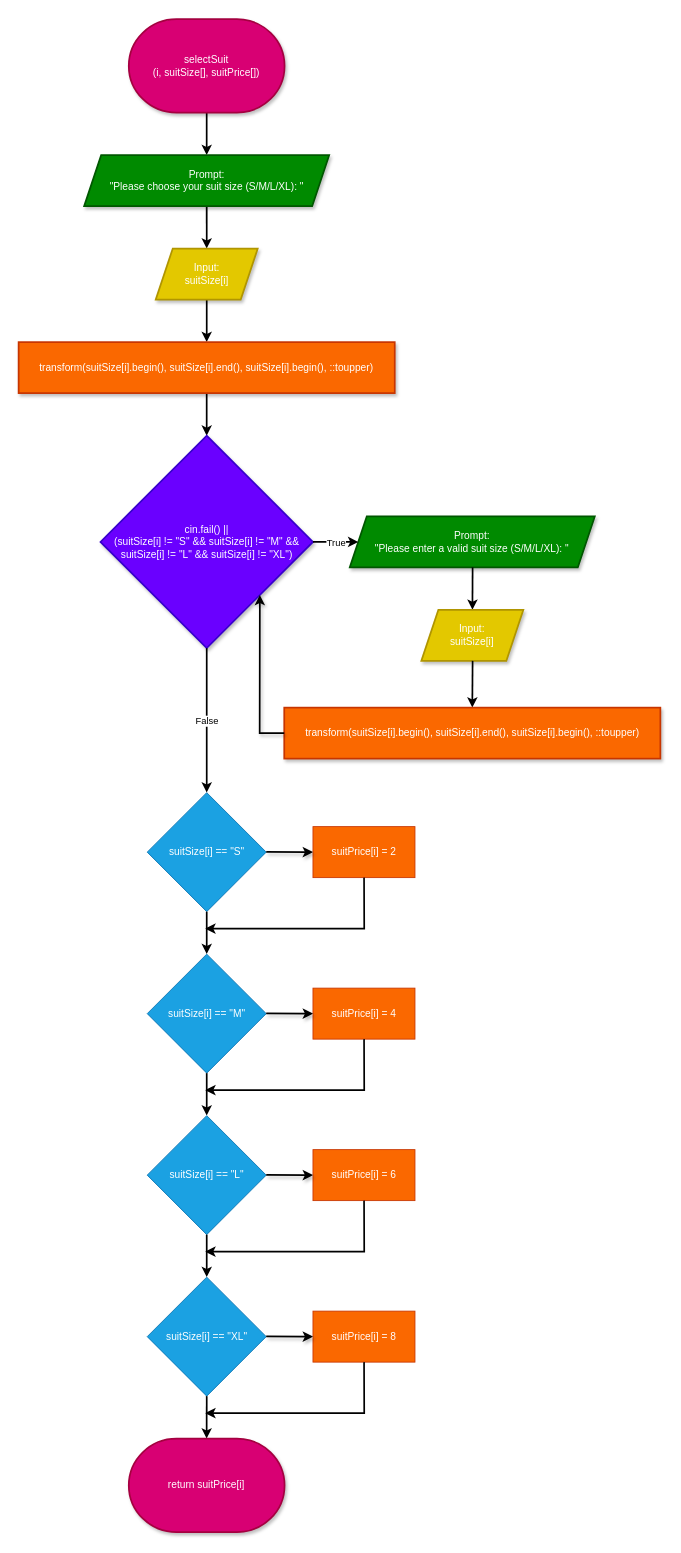
shahxvi/csc126-group-project keeps this draw.io diagram as Flowcharts (draw.io)/18. selectSuit.drawio. Above is the earlier version. Source tidied: cells renumbered, new cells numbered last; positions are measured from the earlier drawing's top-left corner, leaving out a move shared by most shapes. Both pictures are drawn from the tidied source at 85%, with x=0, y=0 at pixel (18, 19).
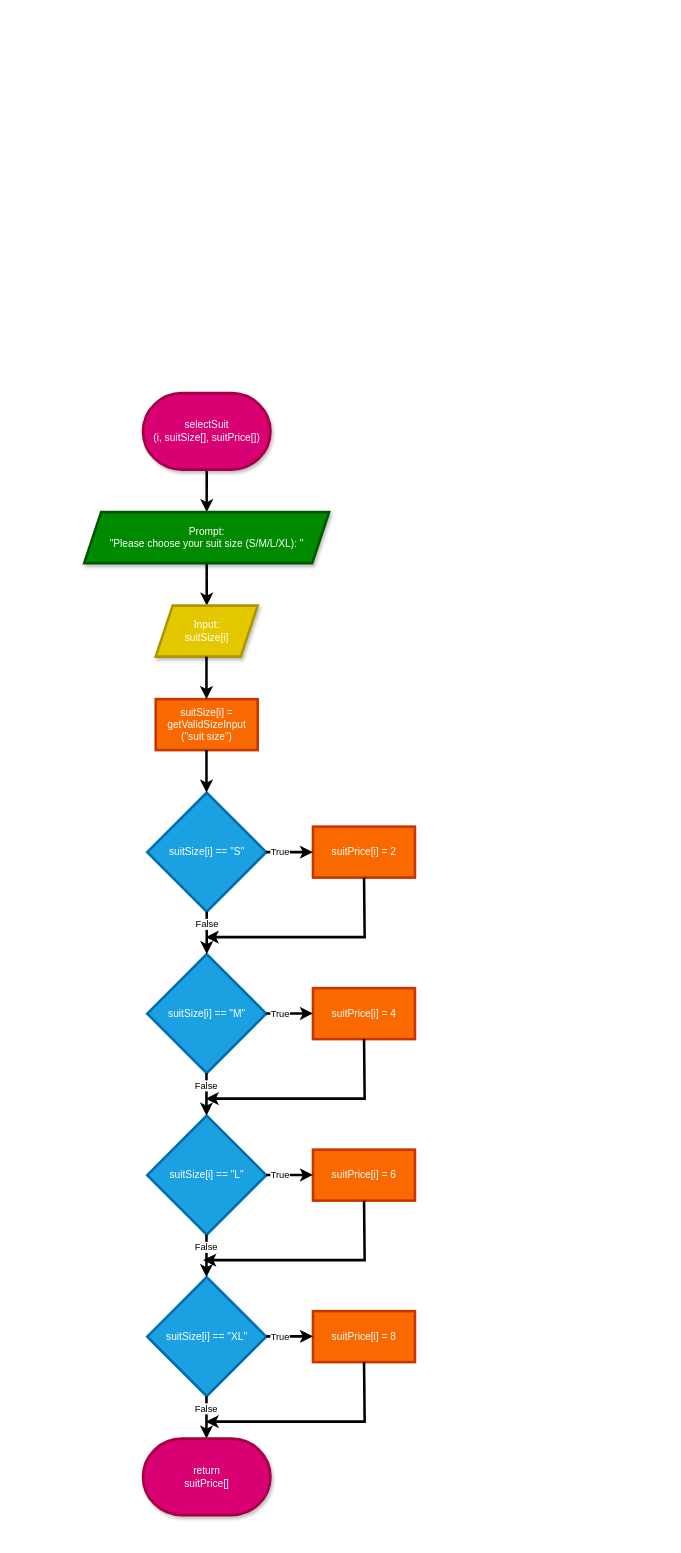
Above is the later version.

Diff of the diagram source:
```diff
@@
-    <mxCell id="2" style="edgeStyle=none;html=1;strokeWidth=2;" parent="1" edge="1" source="3" target="5">
+    <mxCell id="2" style="edgeStyle=none;html=1;strokeWidth=3;" parent="1" edge="1" source="3" target="5">
       <mxGeometry relative="1" as="geometry" />
     </mxCell>
-    <mxCell id="3" value="selectSuit&lt;br&gt;(i, suitSize[], suitPrice[])" style="strokeWidth=2;html=1;shape=mxgraph.flowchart.terminator;whiteSpace=wrap;fillColor=#d80073;strokeColor=#A50040;shadow=1;fontColor=#ffffff;" parent="1" vertex="1">
-      <mxGeometry x="130" width="183.3" height="110" as="geometry" />
+    <mxCell id="3" value="selectSuit&lt;br&gt;(i, suitSize[], suitPrice[])" style="strokeWidth=3;html=1;shape=mxgraph.flowchart.terminator;whiteSpace=wrap;fillColor=#d80073;strokeColor=#A50040;shadow=1;fontColor=#ffffff;" parent="1" vertex="1">
+      <mxGeometry x="146.7" y="440" width="150" height="90" as="geometry" />
     </mxCell>
-    <mxCell id="4" style="edgeStyle=none;html=1;strokeWidth=2;" parent="1" edge="1" source="5" target="7">
+    <mxCell id="4" style="edgeStyle=none;html=1;strokeWidth=3;" parent="1" edge="1" source="5" target="7">
       <mxGeometry relative="1" as="geometry" />
     </mxCell>
-    <mxCell id="5" value="&lt;span style=&quot;color: rgb(255, 255, 255);&quot;&gt;Prompt:&lt;/span&gt;&lt;br&gt;&lt;span style=&quot;color: rgb(255, 255, 255);&quot;&gt;&quot;Please choose your suit size (S/M/L/XL): &quot;&lt;/span&gt;" style="shape=parallelogram;perimeter=parallelogramPerimeter;whiteSpace=wrap;html=1;fixedSize=1;fillColor=#008a00;strokeColor=#005700;fontColor=#ffffff;strokeWidth=2;shadow=1;" parent="1" vertex="1">
-      <mxGeometry x="77.5" y="160" width="288.3" height="60" as="geometry" />
+    <mxCell id="5" value="&lt;span style=&quot;color: rgb(255, 255, 255);&quot;&gt;Prompt:&lt;/span&gt;&lt;br&gt;&lt;span style=&quot;color: rgb(255, 255, 255);&quot;&gt;&quot;Please choose your suit size (S/M/L/XL): &quot;&lt;/span&gt;" style="shape=parallelogram;perimeter=parallelogramPerimeter;whiteSpace=wrap;html=1;fixedSize=1;fillColor=#008a00;strokeColor=#005700;fontColor=#ffffff;strokeWidth=3;shadow=1;" parent="1" vertex="1">
+      <mxGeometry x="77.5" y="580" width="288.3" height="60" as="geometry" />
     </mxCell>
-    <mxCell id="6" style="edgeStyle=none;html=1;strokeWidth=2;" parent="1" edge="1" source="7" target="9">
-      <mxGeometry relative="1" as="geometry" />
-    </mxCell>
-    <mxCell id="7" value="Input:&lt;br&gt;suitSize[i]" style="shape=parallelogram;perimeter=parallelogramPerimeter;whiteSpace=wrap;html=1;fixedSize=1;fillColor=#e3c800;strokeColor=#B09500;fontColor=#FFFFFF;strokeWidth=2;shadow=1;labelBackgroundColor=none;labelBorderColor=none;textShadow=0;" parent="1" vertex="1">
-      <mxGeometry x="161.7" y="270" width="120" height="60" as="geometry" />
+    <mxCell id="7" value="Input:&lt;br&gt;suitSize[i]" style="shape=parallelogram;perimeter=parallelogramPerimeter;whiteSpace=wrap;html=1;fixedSize=1;fillColor=#e3c800;strokeColor=#B09500;fontColor=#FFFFFF;strokeWidth=3;shadow=1;labelBackgroundColor=none;labelBorderColor=none;textShadow=0;" parent="1" vertex="1">
+      <mxGeometry x="161.7" y="690" width="120" height="60" as="geometry" />
     </mxCell>
-    <mxCell id="8" style="edgeStyle=none;html=1;strokeWidth=2;" parent="1" edge="1" source="9" target="10">
-      <mxGeometry relative="1" as="geometry" />
-    </mxCell>
-    <mxCell id="9" value="&lt;div style=&quot;text-align: start;&quot;&gt;&lt;font style=&quot;color: rgb(255, 255, 255);&quot;&gt;&lt;font style=&quot;&quot; face=&quot;monospace&quot;&gt;&lt;span style=&quot;font-size: 0px; white-space-collapse: collapse;&quot;&gt;&lt;span style=&quot;white-space: pre;&quot;&gt;&#9;&lt;/span&gt;std::transform(suitSize[i].begin(), suitSize[i].end(), suitSize[i].begin(), ::toupper)&lt;/span&gt;&lt;/font&gt;transform(suitSize[i].begin(), suitSize[i].end(), suitSize[i].begin(), ::toupper)&lt;/font&gt;&lt;/div&gt;" style="whiteSpace=wrap;html=1;fillColor=#fa6800;strokeColor=#C73500;fontColor=#000000;strokeWidth=2;shadow=1;labelBackgroundColor=none;labelBorderColor=none;" parent="1" vertex="1">
-      <mxGeometry x="0.4" y="380" width="442.5" height="60" as="geometry" />
-    </mxCell>
-    <mxCell id="10" value="&lt;span style=&quot;color: rgb(255, 255, 255);&quot;&gt;cin.fail() ||&lt;/span&gt;&lt;br&gt;&lt;span style=&quot;color: rgb(255, 255, 255);&quot;&gt;(suitSize[i] != &quot;S&quot; &amp;amp;&amp;amp; suitSize[i] != &quot;M&quot; &amp;amp;&amp;amp; suitSize[i] != &quot;L&quot; &amp;amp;&amp;amp; suitSize[i] != &quot;XL&quot;)&lt;/span&gt;" style="rhombus;whiteSpace=wrap;html=1;fillColor=#6a00ff;strokeColor=#3700CC;fontColor=#ffffff;strokeWidth=2;shadow=1;labelBackgroundColor=none;labelBorderColor=none;" parent="1" vertex="1">
-      <mxGeometry x="96.7" y="490" width="250" height="250" as="geometry" />
-    </mxCell>
-    <mxCell id="11" value="&lt;span style=&quot;color: rgb(255, 255, 255);&quot;&gt;Prompt:&lt;/span&gt;&lt;br&gt;&lt;span style=&quot;color: rgb(255, 255, 255);&quot;&gt;&quot;Please enter a valid suit size (S/M/L/XL): &quot;&lt;/span&gt;" style="shape=parallelogram;perimeter=parallelogramPerimeter;whiteSpace=wrap;html=1;fixedSize=1;fillColor=#008a00;strokeColor=#005700;fontColor=#ffffff;strokeWidth=2;shadow=1;" parent="1" vertex="1">
-      <mxGeometry x="390" y="585" width="288.3" height="60" as="geometry" />
-    </mxCell>
-    <mxCell id="12" style="edgeStyle=none;html=1;strokeWidth=2;" parent="1" edge="1" target="13">
-      <mxGeometry relative="1" as="geometry">
-        <mxPoint x="534.5" y="645" as="sourcePoint" />
-      </mxGeometry>
-    </mxCell>
-    <mxCell id="13" value="Input:&lt;br&gt;suitSize[i]" style="shape=parallelogram;perimeter=parallelogramPerimeter;whiteSpace=wrap;html=1;fixedSize=1;fillColor=#e3c800;strokeColor=#B09500;fontColor=#FFFFFF;strokeWidth=2;shadow=1;labelBackgroundColor=none;labelBorderColor=none;textShadow=0;" parent="1" vertex="1">
-      <mxGeometry x="474.2" y="695" width="120" height="60" as="geometry" />
-    </mxCell>
-    <mxCell id="14" style="edgeStyle=none;html=1;strokeWidth=2;entryX=0.5;entryY=0;entryDx=0;entryDy=0;" parent="1" edge="1" target="15">
-      <mxGeometry relative="1" as="geometry">
-        <mxPoint x="534.5" y="755" as="sourcePoint" />
-      </mxGeometry>
-    </mxCell>
-    <mxCell id="15" value="&lt;div style=&quot;text-align: start;&quot;&gt;&lt;font style=&quot;color: rgb(255, 255, 255);&quot;&gt;&lt;font style=&quot;&quot; face=&quot;monospace&quot;&gt;&lt;span style=&quot;font-size: 0px; white-space-collapse: collapse;&quot;&gt;&lt;span style=&quot;white-space: pre;&quot;&gt;&#9;&lt;/span&gt;std::transform(suitSize[i].begin(), suitSize[i].end(), suitSize[i].begin(), ::toupper)&lt;/span&gt;&lt;/font&gt;transform(suitSize[i].begin(), suitSize[i].end(), suitSize[i].begin(), ::toupper)&lt;/font&gt;&lt;/div&gt;" style="whiteSpace=wrap;html=1;fillColor=#fa6800;strokeColor=#C73500;fontColor=#000000;strokeWidth=2;shadow=1;labelBackgroundColor=none;labelBorderColor=none;" parent="1" vertex="1">
-      <mxGeometry x="312.9" y="810" width="442.5" height="60" as="geometry" />
-    </mxCell>
-    <mxCell id="16" value="suitSize[i] == &quot;S&quot;" style="rhombus;whiteSpace=wrap;html=1;fillColor=#1ba1e2;fontColor=#ffffff;strokeColor=#006EAF;" parent="1" vertex="1">
+    <mxCell id="16" value="suitSize[i] == &quot;S&quot;" style="rhombus;whiteSpace=wrap;html=1;fillColor=#1ba1e2;fontColor=#ffffff;strokeColor=#006EAF;strokeWidth=3;" parent="1" vertex="1">
       <mxGeometry x="151.7" y="910" width="140" height="140" as="geometry" />
     </mxCell>
-    <mxCell id="17" style="edgeStyle=none;html=1;strokeWidth=2;shadow=1;entryX=1;entryY=1;entryDx=0;entryDy=0;exitX=0;exitY=0.5;exitDx=0;exitDy=0;rounded=0;curved=0;" parent="1" edge="1" source="15" target="10">
-      <mxGeometry relative="1" as="geometry">
-        <Array as="points">
-          <mxPoint x="284" y="840" />
-        </Array>
-      </mxGeometry>
-    </mxCell>
-    <mxCell id="18" value="suitPrice[i] = 2" style="whiteSpace=wrap;html=1;fillColor=#fa6800;strokeColor=#C73500;fontColor=#FFFFFF;" parent="1" vertex="1">
+    <mxCell id="18" value="suitPrice[i] = 2" style="whiteSpace=wrap;html=1;fillColor=#fa6800;strokeColor=#C73500;fontColor=#FFFFFF;strokeWidth=3;" parent="1" vertex="1">
       <mxGeometry x="346.7" y="950" width="120" height="60" as="geometry" />
     </mxCell>
-    <mxCell id="19" style="edgeStyle=none;html=1;strokeWidth=2;shadow=1;entryX=0;entryY=0.5;entryDx=0;entryDy=0;" parent="1" edge="1" target="18">
-      <mxGeometry relative="1" as="geometry">
-        <mxPoint x="291.7" y="979.8" as="sourcePoint" />
-      </mxGeometry>
-    </mxCell>
-    <mxCell id="20" style="edgeStyle=none;html=1;strokeWidth=2;exitX=0.5;exitY=1;exitDx=0;exitDy=0;entryX=0.5;entryY=0;entryDx=0;entryDy=0;" parent="1" edge="1" source="16" target="22">
-      <mxGeometry relative="1" as="geometry" />
-    </mxCell>
-    <mxCell id="21" style="edgeStyle=none;html=1;strokeWidth=2;exitX=0.5;exitY=1;exitDx=0;exitDy=0;rounded=0;curved=0;" parent="1" edge="1">
+    <mxCell id="21" style="edgeStyle=none;html=1;strokeWidth=3;exitX=0.5;exitY=1;exitDx=0;exitDy=0;rounded=0;curved=0;" parent="1" edge="1">
       <mxGeometry relative="1" as="geometry">
         <mxPoint x="406.8" y="1010" as="sourcePoint" />
-        <mxPoint x="220" y="1070" as="targetPoint" />
+        <mxPoint x="220.5" y="1080" as="targetPoint" />
         <Array as="points">
-          <mxPoint x="407" y="1070" />
+          <mxPoint x="407.5" y="1080" />
         </Array>
       </mxGeometry>
     </mxCell>
-    <mxCell id="22" value="suitSize[i] == &quot;M&quot;" style="rhombus;whiteSpace=wrap;html=1;fillColor=#1ba1e2;fontColor=#ffffff;strokeColor=#006EAF;" parent="1" vertex="1">
+    <mxCell id="22" value="suitSize[i] == &quot;M&quot;" style="rhombus;whiteSpace=wrap;html=1;fillColor=#1ba1e2;fontColor=#ffffff;strokeColor=#006EAF;strokeWidth=3;" parent="1" vertex="1">
       <mxGeometry x="151.7" y="1100" width="140" height="140" as="geometry" />
     </mxCell>
-    <mxCell id="23" value="suitPrice[i] = 4" style="whiteSpace=wrap;html=1;fillColor=#fa6800;strokeColor=#C73500;fontColor=#FFFFFF;" parent="1" vertex="1">
+    <mxCell id="23" value="suitPrice[i] = 4" style="whiteSpace=wrap;html=1;fillColor=#fa6800;strokeColor=#C73500;fontColor=#FFFFFF;strokeWidth=3;" parent="1" vertex="1">
       <mxGeometry x="346.7" y="1140" width="120" height="60" as="geometry" />
     </mxCell>
-    <mxCell id="24" style="edgeStyle=none;html=1;strokeWidth=2;shadow=1;entryX=0;entryY=0.5;entryDx=0;entryDy=0;" parent="1" edge="1" target="23">
-      <mxGeometry relative="1" as="geometry">
-        <mxPoint x="291.7" y="1169.8" as="sourcePoint" />
-      </mxGeometry>
-    </mxCell>
-    <mxCell id="25" style="edgeStyle=none;html=1;strokeWidth=2;exitX=0.5;exitY=1;exitDx=0;exitDy=0;entryX=0.5;entryY=0;entryDx=0;entryDy=0;" parent="1" edge="1" source="22" target="27">
-      <mxGeometry relative="1" as="geometry" />
-    </mxCell>
-    <mxCell id="26" style="edgeStyle=none;html=1;strokeWidth=2;exitX=0.5;exitY=1;exitDx=0;exitDy=0;rounded=0;curved=0;" parent="1" edge="1">
+    <mxCell id="26" style="edgeStyle=none;html=1;strokeWidth=3;exitX=0.5;exitY=1;exitDx=0;exitDy=0;rounded=0;curved=0;" parent="1" edge="1">
       <mxGeometry relative="1" as="geometry">
         <mxPoint x="406.8" y="1200" as="sourcePoint" />
-        <mxPoint x="220" y="1260" as="targetPoint" />
+        <mxPoint x="220.5" y="1270" as="targetPoint" />
         <Array as="points">
-          <mxPoint x="407" y="1260" />
+          <mxPoint x="407.5" y="1270" />
         </Array>
       </mxGeometry>
     </mxCell>
-    <mxCell id="27" value="suitSize[i] == &quot;L&quot;" style="rhombus;whiteSpace=wrap;html=1;fillColor=#1ba1e2;fontColor=#ffffff;strokeColor=#006EAF;" parent="1" vertex="1">
+    <mxCell id="27" value="suitSize[i] == &quot;L&quot;" style="rhombus;whiteSpace=wrap;html=1;fillColor=#1ba1e2;fontColor=#ffffff;strokeColor=#006EAF;strokeWidth=3;" parent="1" vertex="1">
       <mxGeometry x="151.7" y="1290" width="140" height="140" as="geometry" />
     </mxCell>
-    <mxCell id="28" value="suitPrice[i] = 6" style="whiteSpace=wrap;html=1;fillColor=#fa6800;strokeColor=#C73500;fontColor=#FFFFFF;" parent="1" vertex="1">
+    <mxCell id="28" value="suitPrice[i] = 6" style="whiteSpace=wrap;html=1;fillColor=#fa6800;strokeColor=#C73500;fontColor=#FFFFFF;strokeWidth=3;" parent="1" vertex="1">
       <mxGeometry x="346.7" y="1330" width="120" height="60" as="geometry" />
     </mxCell>
-    <mxCell id="29" style="edgeStyle=none;html=1;strokeWidth=2;shadow=1;entryX=0;entryY=0.5;entryDx=0;entryDy=0;" parent="1" edge="1" target="28">
-      <mxGeometry relative="1" as="geometry">
-        <mxPoint x="291.7" y="1359.8" as="sourcePoint" />
-      </mxGeometry>
-    </mxCell>
-    <mxCell id="30" style="edgeStyle=none;html=1;strokeWidth=2;exitX=0.5;exitY=1;exitDx=0;exitDy=0;entryX=0.5;entryY=0;entryDx=0;entryDy=0;" parent="1" edge="1" source="27" target="32">
-      <mxGeometry relative="1" as="geometry" />
-    </mxCell>
-    <mxCell id="31" style="edgeStyle=none;html=1;strokeWidth=2;exitX=0.5;exitY=1;exitDx=0;exitDy=0;rounded=0;curved=0;" parent="1" edge="1">
+    <mxCell id="31" style="edgeStyle=none;html=1;strokeWidth=3;exitX=0.5;exitY=1;exitDx=0;exitDy=0;rounded=0;curved=0;" parent="1" edge="1">
       <mxGeometry relative="1" as="geometry">
         <mxPoint x="406.8" y="1390" as="sourcePoint" />
-        <mxPoint x="220" y="1450" as="targetPoint" />
+        <mxPoint x="217.5" y="1460" as="targetPoint" />
         <Array as="points">
-          <mxPoint x="407" y="1450" />
+          <mxPoint x="407.5" y="1460" />
         </Array>
       </mxGeometry>
     </mxCell>
-    <mxCell id="32" value="suitSize[i] == &quot;XL&quot;" style="rhombus;whiteSpace=wrap;html=1;fillColor=#1ba1e2;fontColor=#ffffff;strokeColor=#006EAF;" parent="1" vertex="1">
+    <mxCell id="32" value="suitSize[i] == &quot;XL&quot;" style="rhombus;whiteSpace=wrap;html=1;fillColor=#1ba1e2;fontColor=#ffffff;strokeColor=#006EAF;strokeWidth=3;" parent="1" vertex="1">
       <mxGeometry x="151.7" y="1480" width="140" height="140" as="geometry" />
     </mxCell>
-    <mxCell id="33" value="suitPrice[i] = 8" style="whiteSpace=wrap;html=1;fillColor=#fa6800;strokeColor=#C73500;fontColor=#FFFFFF;" parent="1" vertex="1">
+    <mxCell id="33" value="suitPrice[i] = 8" style="whiteSpace=wrap;html=1;fillColor=#fa6800;strokeColor=#C73500;fontColor=#FFFFFF;strokeWidth=3;" parent="1" vertex="1">
       <mxGeometry x="346.7" y="1520" width="120" height="60" as="geometry" />
     </mxCell>
-    <mxCell id="34" style="edgeStyle=none;html=1;strokeWidth=2;shadow=1;entryX=0;entryY=0.5;entryDx=0;entryDy=0;" parent="1" edge="1" target="33">
-      <mxGeometry relative="1" as="geometry">
-        <mxPoint x="291.7" y="1549.8" as="sourcePoint" />
-      </mxGeometry>
-    </mxCell>
-    <mxCell id="35" style="edgeStyle=none;html=1;strokeWidth=2;exitX=0.5;exitY=1;exitDx=0;exitDy=0;" parent="1" edge="1" source="32">
-      <mxGeometry relative="1" as="geometry">
-        <mxPoint x="221.6" y="1670" as="targetPoint" />
-      </mxGeometry>
-    </mxCell>
-    <mxCell id="36" style="edgeStyle=none;html=1;strokeWidth=2;exitX=0.5;exitY=1;exitDx=0;exitDy=0;rounded=0;curved=0;" parent="1" edge="1">
+    <mxCell id="36" style="edgeStyle=none;html=1;strokeWidth=3;exitX=0.5;exitY=1;exitDx=0;exitDy=0;rounded=0;curved=0;" parent="1" edge="1">
       <mxGeometry relative="1" as="geometry">
         <mxPoint x="406.8" y="1580" as="sourcePoint" />
-        <mxPoint x="220" y="1640" as="targetPoint" />
+        <mxPoint x="220.5" y="1650" as="targetPoint" />
         <Array as="points">
-          <mxPoint x="407" y="1640" />
+          <mxPoint x="407.5" y="1650" />
         </Array>
       </mxGeometry>
     </mxCell>
-    <mxCell id="37" value="return suitPrice[i]" style="strokeWidth=2;html=1;shape=mxgraph.flowchart.terminator;whiteSpace=wrap;fillColor=#d80073;strokeColor=#A50040;shadow=1;fontColor=#ffffff;" parent="1" vertex="1">
-      <mxGeometry x="130" y="1670" width="183.3" height="110" as="geometry" />
-    </mxCell>
-    <mxCell id="38" style="endArrow=classic;html=1;exitX=1;exitY=0.5;exitDx=0;exitDy=0;entryX=0;entryY=0.5;entryDx=0;entryDy=0;strokeWidth=2;" parent="1" edge="1" source="10" target="11">
-      <mxGeometry relative="1" as="geometry" />
-    </mxCell>
-    <mxCell id="39" value="True" style="edgeLabel;html=1;align=center;verticalAlign=middle;" parent="38" vertex="1">
-      <mxGeometry relative="1" as="geometry" />
-    </mxCell>
-    <mxCell id="40" style="endArrow=classic;html=1;exitX=0.5;exitY=1;exitDx=0;exitDy=0;entryX=0.5;entryY=0;entryDx=0;entryDy=0;strokeWidth=2;" parent="1" edge="1" source="10" target="16">
-      <mxGeometry relative="1" as="geometry" />
-    </mxCell>
-    <mxCell id="41" value="False" style="edgeLabel;html=1;align=center;verticalAlign=middle;" parent="40" vertex="1">
-      <mxGeometry relative="1" as="geometry" />
+    <mxCell id="41" value="&lt;font style=&quot;color: rgb(255, 255, 255);&quot;&gt;suitSize[i] =&lt;br&gt;getValidSizeInput&lt;br&gt;(&quot;suit size&quot;)&lt;/font&gt;" style="whiteSpace=wrap;html=1;fillColor=#fa6800;strokeColor=#C73500;fontColor=#000000;strokeWidth=3;" parent="1" vertex="1">
+      <mxGeometry x="161.7" y="800" width="120" height="60" as="geometry" />
     </mxCell>
+    <mxCell id="42" style="edgeStyle=none;html=1;strokeWidth=3;" parent="1" edge="1">
+      <mxGeometry relative="1" as="geometry">
+        <mxPoint x="221.4" y="750" as="sourcePoint" />
+        <mxPoint x="221.4" y="800" as="targetPoint" />
+      </mxGeometry>
+    </mxCell>
+    <mxCell id="43" style="edgeStyle=none;html=1;strokeWidth=3;" parent="1" edge="1">
+      <mxGeometry relative="1" as="geometry">
+        <mxPoint x="221.4" y="860" as="sourcePoint" />
+        <mxPoint x="221.4" y="910" as="targetPoint" />
+      </mxGeometry>
+    </mxCell>
+    <mxCell id="44" value="return&lt;br&gt;suitPrice[]" style="strokeWidth=3;html=1;shape=mxgraph.flowchart.terminator;whiteSpace=wrap;fillColor=#d80073;strokeColor=#A50040;shadow=1;fontColor=#ffffff;" parent="1" vertex="1">
+      <mxGeometry x="146.7" y="1670" width="150" height="90" as="geometry" />
+    </mxCell>
+    <mxCell id="45" value="True" style="edgeStyle=none;jettySize=auto;html=1;strokeWidth=3;exitX=1;exitY=0.5;exitDx=0;exitDy=0;entryX=0;entryY=0.5;entryDx=0;entryDy=0;" parent="1" edge="1" source="16" target="18">
+      <mxGeometry x="-0.42" relative="1" as="geometry" />
+    </mxCell>
+    <mxCell id="20" value="False" style="edgeStyle=none;jettySize=auto;html=1;strokeWidth=3;exitX=0.5;exitY=1;exitDx=0;exitDy=0;entryX=0.5;entryY=0;entryDx=0;entryDy=0;" parent="1" edge="1" source="16" target="22">
+      <mxGeometry x="-0.42" relative="1" as="geometry" />
+    </mxCell>
+    <mxCell id="46" value="True" style="edgeStyle=none;orthogonalLoop=1;jettySize=auto;html=1;strokeWidth=3;exitX=1;exitY=0.5;exitDx=0;exitDy=0;entryX=0;entryY=0.5;entryDx=0;entryDy=0;" parent="1" edge="1">
+      <mxGeometry x="-0.42" relative="1" as="geometry">
+        <mxPoint x="291.7" y="1169.8" as="sourcePoint" />
+        <mxPoint x="346.7" y="1169.8" as="targetPoint" />
+      </mxGeometry>
+    </mxCell>
+    <mxCell id="47" value="False" style="edgeStyle=none;orthogonalLoop=1;jettySize=auto;html=1;strokeWidth=3;exitX=0.5;exitY=1;exitDx=0;exitDy=0;entryX=0.5;entryY=0;entryDx=0;entryDy=0;" parent="1" edge="1">
+      <mxGeometry x="-0.42" relative="1" as="geometry">
+        <mxPoint x="221.4" y="1240" as="sourcePoint" />
+        <mxPoint x="221.4" y="1290" as="targetPoint" />
+      </mxGeometry>
+    </mxCell>
+    <mxCell id="48" value="False" style="edgeStyle=none;orthogonalLoop=1;jettySize=auto;html=1;strokeWidth=3;exitX=0.5;exitY=1;exitDx=0;exitDy=0;entryX=0.5;entryY=0;entryDx=0;entryDy=0;" parent="1" edge="1">
+      <mxGeometry x="-0.42" relative="1" as="geometry">
+        <mxPoint x="221.4" y="1430" as="sourcePoint" />
+        <mxPoint x="221.4" y="1480" as="targetPoint" />
+      </mxGeometry>
+    </mxCell>
+    <mxCell id="49" value="False" style="edgeStyle=none;orthogonalLoop=1;jettySize=auto;html=1;strokeWidth=3;exitX=0.5;exitY=1;exitDx=0;exitDy=0;entryX=0.5;entryY=0;entryDx=0;entryDy=0;" parent="1" edge="1">
+      <mxGeometry x="-0.42" relative="1" as="geometry">
+        <mxPoint x="221.4" y="1620" as="sourcePoint" />
+        <mxPoint x="221.4" y="1670" as="targetPoint" />
+      </mxGeometry>
+    </mxCell>
+    <mxCell id="50" value="True" style="edgeStyle=none;orthogonalLoop=1;jettySize=auto;html=1;strokeWidth=3;exitX=1;exitY=0.5;exitDx=0;exitDy=0;entryX=0;entryY=0.5;entryDx=0;entryDy=0;" parent="1" edge="1">
+      <mxGeometry x="-0.42" relative="1" as="geometry">
+        <mxPoint x="291.7" y="1549.7" as="sourcePoint" />
+        <mxPoint x="346.7" y="1549.7" as="targetPoint" />
+      </mxGeometry>
+    </mxCell>
+    <mxCell id="51" value="True" style="edgeStyle=none;orthogonalLoop=1;jettySize=auto;html=1;strokeWidth=3;exitX=1;exitY=0.5;exitDx=0;exitDy=0;entryX=0;entryY=0.5;entryDx=0;entryDy=0;" parent="1" edge="1">
+      <mxGeometry x="-0.42" relative="1" as="geometry">
+        <mxPoint x="291.7" y="1359.8" as="sourcePoint" />
+        <mxPoint x="346.7" y="1359.8" as="targetPoint" />
+      </mxGeometry>
+    </mxCell>
```
